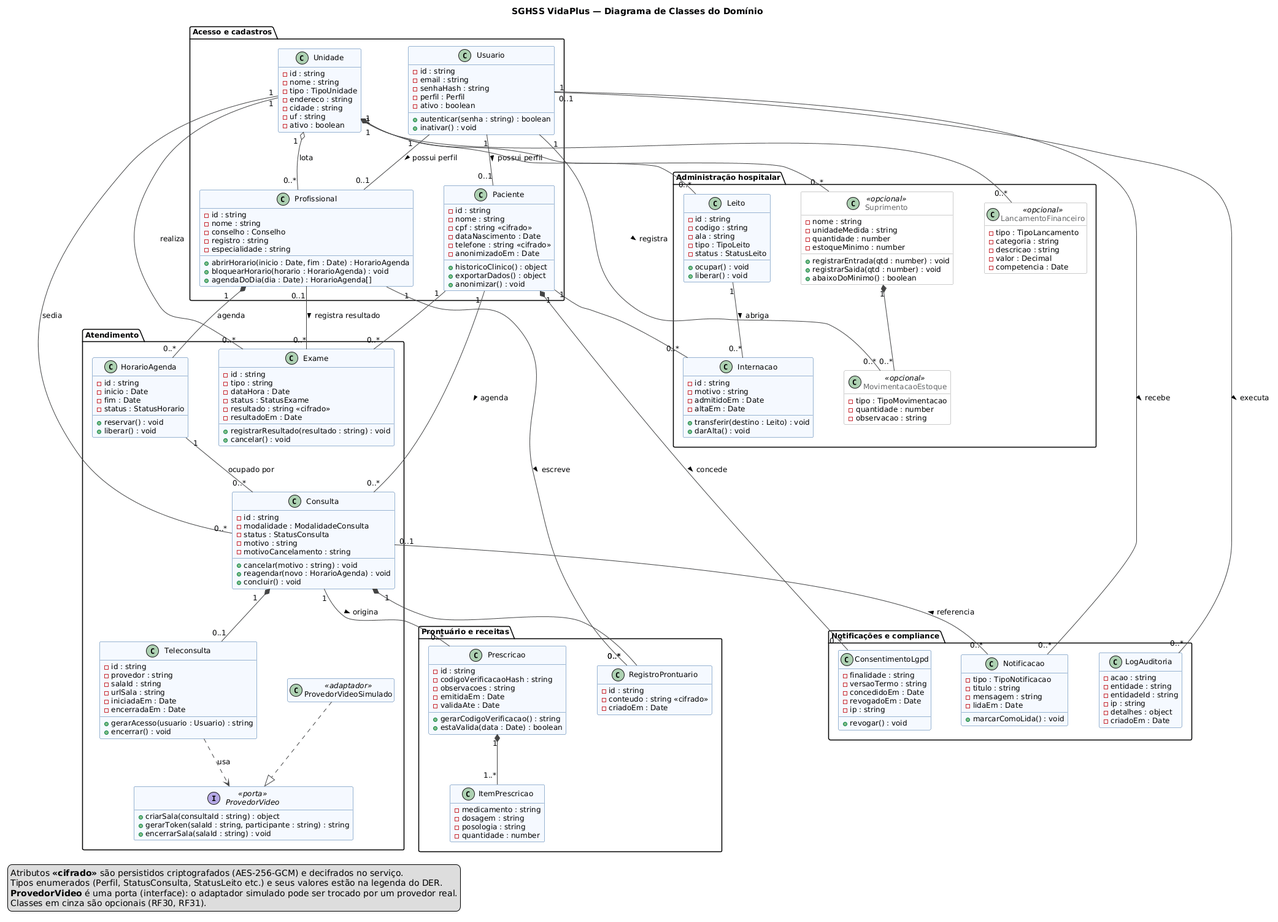
The PlantUML diagram docs/diagramas/classes.png in JlucasFaria/sghss-api, before a commit.
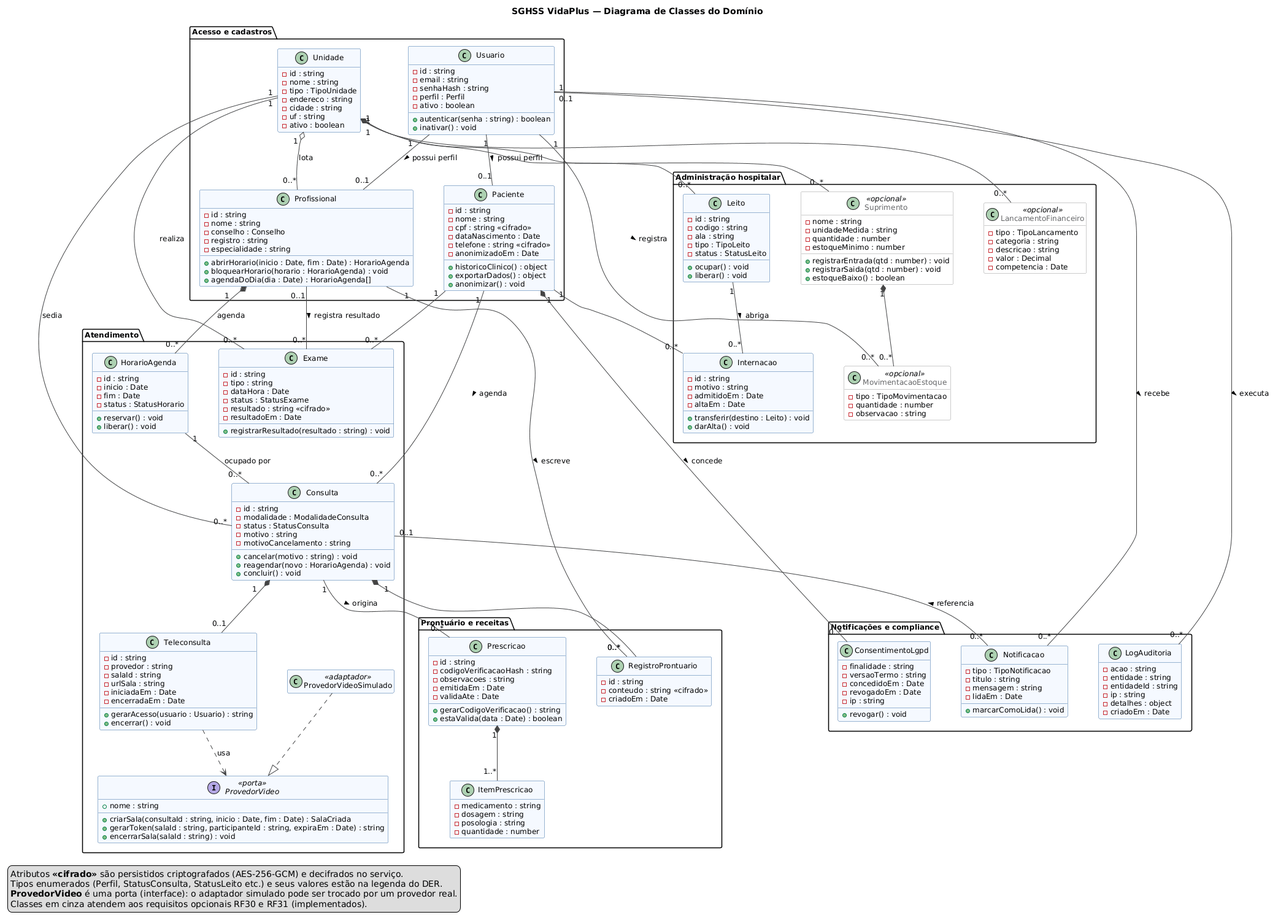
After the commit.

Commit message:
docs: revisa der e diagrama de classes

The edit, as a diff of the source:
```diff
@@ -96,8 +96,9 @@
   }
 
   interface ProvedorVideo <<porta>> {
-    + criarSala(consultaId : string) : object
-    + gerarToken(salaId : string, participante : string) : string
+    + nome : string
+    + criarSala(consultaId : string, inicio : Date, fim : Date) : SalaCriada
+    + gerarToken(salaId : string, participanteId : string, expiraEm : Date) : string
     + encerrarSala(salaId : string) : void
   }
 
@@ -111,7 +112,6 @@
     - resultado : string <<cifrado>>
     - resultadoEm : Date
     + registrarResultado(resultado : string) : void
-    + cancelar() : void
   }
 }
 
@@ -167,7 +167,7 @@
     - estoqueMinimo : number
     + registrarEntrada(qtd : number) : void
     + registrarSaida(qtd : number) : void
-    + abaixoDoMinimo() : boolean
+    + estoqueBaixo() : boolean
   }
 
   class MovimentacaoEstoque <<opcional>> {
@@ -252,7 +252,7 @@
   Atributos <b><<cifrado>></b> são persistidos criptografados (AES-256-GCM) e decifrados no serviço.
   Tipos enumerados (Perfil, StatusConsulta, StatusLeito etc.) e seus valores estão na legenda do DER.
   <b>ProvedorVideo</b> é uma porta (interface): o adaptador simulado pode ser trocado por um provedor real.
-  Classes em cinza são opcionais (RF30, RF31).
+  Classes em cinza atendem aos requisitos opcionais RF30 e RF31 (implementados).
 endlegend
 
 @enduml
```
